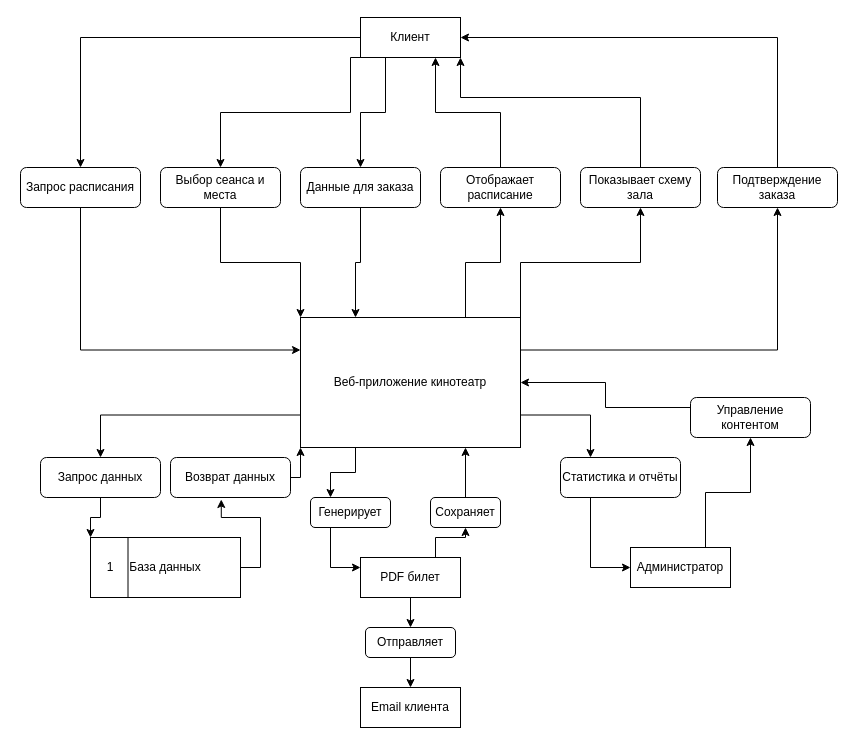
Before: Диаграммы/Диаграмма потоков данных DFD.drawio in Klevchik1/cinema-management-system, a draw.io diagram. Source tidied: cells renumbered, new cells numbered last; positions are measured from the earlier drawing's top-left corner, leaving out a move shared by most shapes. Both pictures are drawn from the tidied source at 100%, with x=0, y=0 at pixel (20, 17).
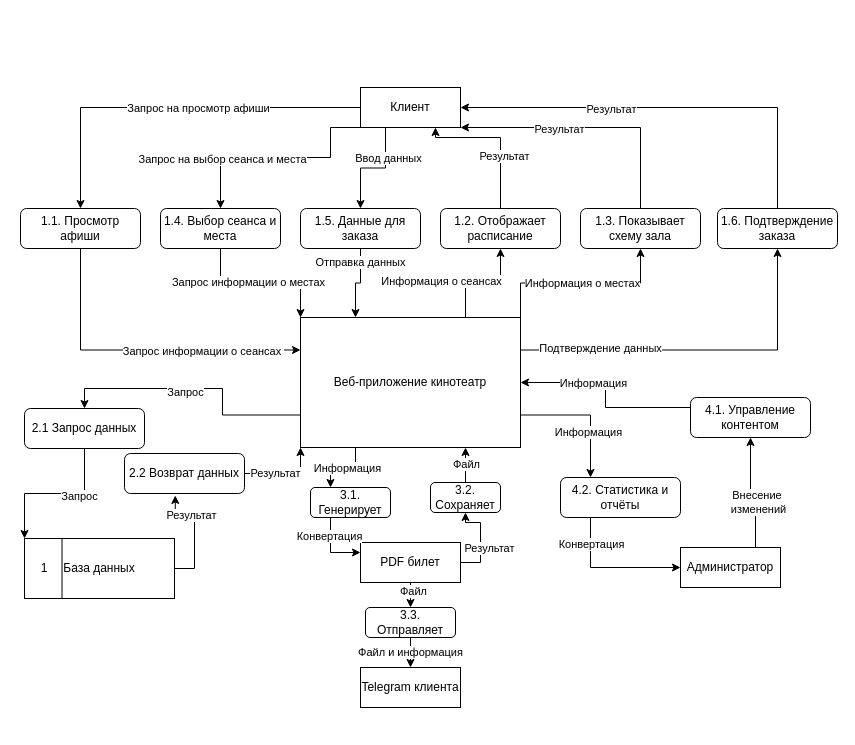
The same page after the edit.

Unchanged cells that the change refers to:
```xml
<mxCell id="2" style="edgeStyle=orthogonalEdgeStyle;rounded=0;jettySize=auto;html=1;exitX=0.75;exitY=0;exitDx=0;exitDy=0;entryX=0.5;entryY=1;entryDx=0;entryDy=0;" parent="1" edge="1" source="8" target="28">
  <mxGeometry relative="1" as="geometry" />
</mxCell>
<mxCell id="3" style="edgeStyle=orthogonalEdgeStyle;rounded=0;jettySize=auto;html=1;exitX=1;exitY=0;exitDx=0;exitDy=0;entryX=0.5;entryY=1;entryDx=0;entryDy=0;" parent="1" edge="1" source="8" target="30">
  <mxGeometry relative="1" as="geometry" />
</mxCell>
<mxCell id="4" style="edgeStyle=orthogonalEdgeStyle;rounded=0;jettySize=auto;html=1;exitX=1;exitY=0.25;exitDx=0;exitDy=0;entryX=0.5;entryY=1;entryDx=0;entryDy=0;" parent="1" edge="1" source="8" target="32">
  <mxGeometry relative="1" as="geometry" />
</mxCell>
<mxCell id="5" style="edgeStyle=orthogonalEdgeStyle;rounded=0;jettySize=auto;html=1;exitX=0;exitY=0.75;exitDx=0;exitDy=0;entryX=0.5;entryY=0;entryDx=0;entryDy=0;" parent="1" edge="1" source="8" target="35">
  <mxGeometry relative="1" as="geometry" />
</mxCell>
<mxCell id="6" style="edgeStyle=orthogonalEdgeStyle;rounded=0;jettySize=auto;html=1;exitX=0.25;exitY=1;exitDx=0;exitDy=0;entryX=0.25;entryY=0;entryDx=0;entryDy=0;" parent="1" edge="1" source="8" target="40">
  <mxGeometry relative="1" as="geometry" />
</mxCell>
<mxCell id="7" style="edgeStyle=orthogonalEdgeStyle;rounded=0;jettySize=auto;html=1;exitX=1;exitY=0.75;exitDx=0;exitDy=0;entryX=0.25;entryY=0;entryDx=0;entryDy=0;" parent="1" edge="1" source="8" target="46">
  <mxGeometry relative="1" as="geometry" />
</mxCell>
<mxCell id="8" value="Веб-приложение кинотеатр" style="rounded=0;whiteSpace=wrap;html=1;" parent="1" vertex="1">
  <mxGeometry x="280" y="300" width="220" height="130" as="geometry" />
</mxCell>
<mxCell id="9" style="edgeStyle=orthogonalEdgeStyle;rounded=0;jettySize=auto;html=1;exitX=0;exitY=0.5;exitDx=0;exitDy=0;entryX=0.5;entryY=0;entryDx=0;entryDy=0;" parent="1" edge="1" source="12" target="22">
  <mxGeometry relative="1" as="geometry" />
</mxCell>
<mxCell id="11" style="edgeStyle=orthogonalEdgeStyle;rounded=0;jettySize=auto;html=1;exitX=0.25;exitY=1;exitDx=0;exitDy=0;" parent="1" edge="1" source="12" target="26">
  <mxGeometry relative="1" as="geometry" />
</mxCell>
<mxCell id="17" style="edgeStyle=orthogonalEdgeStyle;rounded=0;jettySize=auto;html=1;exitX=0.5;exitY=1;exitDx=0;exitDy=0;entryX=0.5;entryY=0;entryDx=0;entryDy=0;" parent="1" edge="1" source="18" target="44">
  <mxGeometry relative="1" as="geometry" />
</mxCell>
<mxCell id="19" style="edgeStyle=orthogonalEdgeStyle;rounded=0;jettySize=auto;html=1;exitX=0.75;exitY=0;exitDx=0;exitDy=0;entryX=0.5;entryY=1;entryDx=0;entryDy=0;" parent="1" edge="1" source="20" target="48">
  <mxGeometry relative="1" as="geometry" />
</mxCell>
<mxCell id="21" style="edgeStyle=orthogonalEdgeStyle;rounded=0;jettySize=auto;html=1;exitX=0.5;exitY=1;exitDx=0;exitDy=0;entryX=0;entryY=0.25;entryDx=0;entryDy=0;" parent="1" edge="1" source="22" target="8">
  <mxGeometry relative="1" as="geometry" />
</mxCell>
<mxCell id="23" style="edgeStyle=orthogonalEdgeStyle;rounded=0;jettySize=auto;html=1;exitX=0.5;exitY=1;exitDx=0;exitDy=0;entryX=0;entryY=0;entryDx=0;entryDy=0;" parent="1" edge="1" source="24" target="8">
  <mxGeometry relative="1" as="geometry" />
</mxCell>
<mxCell id="25" style="edgeStyle=orthogonalEdgeStyle;rounded=0;jettySize=auto;html=1;exitX=0.5;exitY=1;exitDx=0;exitDy=0;entryX=0.25;entryY=0;entryDx=0;entryDy=0;" parent="1" edge="1" source="26" target="8">
  <mxGeometry relative="1" as="geometry" />
</mxCell>
<mxCell id="31" style="edgeStyle=orthogonalEdgeStyle;rounded=0;jettySize=auto;html=1;exitX=0.5;exitY=0;exitDx=0;exitDy=0;entryX=1;entryY=0.5;entryDx=0;entryDy=0;" parent="1" edge="1" source="32" target="12">
  <mxGeometry relative="1" as="geometry" />
</mxCell>
<mxCell id="34" style="edgeStyle=orthogonalEdgeStyle;rounded=0;jettySize=auto;html=1;exitX=0.5;exitY=1;exitDx=0;exitDy=0;entryX=0;entryY=0;entryDx=0;entryDy=0;" parent="1" edge="1" source="35" target="13">
  <mxGeometry relative="1" as="geometry" />
</mxCell>
<mxCell id="38" style="edgeStyle=orthogonalEdgeStyle;rounded=0;jettySize=auto;html=1;exitX=1;exitY=0.5;exitDx=0;exitDy=0;entryX=0.423;entryY=1.05;entryDx=0;entryDy=0;entryPerimeter=0;" parent="1" edge="1" source="13" target="37">
  <mxGeometry relative="1" as="geometry" />
</mxCell>
<mxCell id="39" style="edgeStyle=orthogonalEdgeStyle;rounded=0;jettySize=auto;html=1;exitX=0.25;exitY=1;exitDx=0;exitDy=0;entryX=0;entryY=0.25;entryDx=0;entryDy=0;" parent="1" edge="1" source="40" target="18">
  <mxGeometry relative="1" as="geometry" />
</mxCell>
<mxCell id="41" style="edgeStyle=orthogonalEdgeStyle;rounded=0;jettySize=auto;html=1;exitX=0.5;exitY=0;exitDx=0;exitDy=0;entryX=0.75;entryY=1;entryDx=0;entryDy=0;" parent="1" edge="1" source="42" target="8">
  <mxGeometry relative="1" as="geometry" />
</mxCell>
<mxCell id="43" style="edgeStyle=orthogonalEdgeStyle;rounded=0;jettySize=auto;html=1;exitX=0.5;exitY=1;exitDx=0;exitDy=0;entryX=0.5;entryY=0;entryDx=0;entryDy=0;" parent="1" edge="1" source="44" target="33">
  <mxGeometry relative="1" as="geometry" />
</mxCell>
<mxCell id="45" style="edgeStyle=orthogonalEdgeStyle;rounded=0;jettySize=auto;html=1;exitX=0.25;exitY=1;exitDx=0;exitDy=0;entryX=0;entryY=0.5;entryDx=0;entryDy=0;" parent="1" edge="1" source="46" target="20">
  <mxGeometry relative="1" as="geometry" />
</mxCell>
<mxCell id="47" style="edgeStyle=orthogonalEdgeStyle;rounded=0;jettySize=auto;html=1;exitX=0;exitY=0.25;exitDx=0;exitDy=0;entryX=1;entryY=0.5;entryDx=0;entryDy=0;" parent="1" edge="1" source="48" target="8">
  <mxGeometry relative="1" as="geometry" />
</mxCell>
```

The edit, as a diff of the source:
```diff
@@
+    <mxCell id="49" value="Информация о сеансах" style="edgeLabel;html=1;align=center;verticalAlign=middle;" parent="2" vertex="1">
+      <mxGeometry x="-0.35" y="3" relative="1" as="geometry">
+        <mxPoint x="-22" y="-3" as="offset" />
+      </mxGeometry>
+    </mxCell>
@@
+    <mxCell id="50" value="Информация о местах" style="edgeLabel;html=1;align=center;verticalAlign=middle;" parent="3" vertex="1">
+      <mxGeometry x="0.02" relative="1" as="geometry" />
+    </mxCell>
@@
+    <mxCell id="51" value="Подтверждение данных" style="edgeLabel;html=1;align=center;verticalAlign=middle;" parent="4" vertex="1">
+      <mxGeometry x="-0.56" y="3" relative="1" as="geometry">
+        <mxPoint y="1" as="offset" />
+      </mxGeometry>
+    </mxCell>
@@
+    <mxCell id="52" value="Запрос" style="edgeLabel;html=1;align=center;verticalAlign=middle;" parent="5" vertex="1">
+      <mxGeometry x="0.08" y="3" relative="1" as="geometry" />
+    </mxCell>
@@
+    <mxCell id="53" value="Информация" style="edgeLabel;html=1;align=center;verticalAlign=middle;" parent="6" vertex="1">
+      <mxGeometry x="-0.12" relative="1" as="geometry" />
+    </mxCell>
@@
+    <mxCell id="54" value="Информация" style="edgeLabel;html=1;align=center;verticalAlign=middle;" parent="7" vertex="1">
+      <mxGeometry x="0.32" y="-3" relative="1" as="geometry" />
+    </mxCell>
@@
+    <mxCell id="55" value="Запрос на просмотр афиши" style="edgeLabel;html=1;align=center;verticalAlign=middle;" parent="9" vertex="1">
+      <mxGeometry x="-0.15" relative="1" as="geometry" />
+    </mxCell>
     <mxCell id="10" style="edgeStyle=orthogonalEdgeStyle;rounded=0;jettySize=auto;html=1;exitX=0;exitY=1;exitDx=0;exitDy=0;entryX=0.5;entryY=0;entryDx=0;entryDy=0;" parent="1" edge="1" source="12" target="24">
       <mxGeometry relative="1" as="geometry">
         <Array as="points">
-          <mxPoint x="330" y="40" />
-          <mxPoint x="330" y="95" />
-          <mxPoint x="200" y="95" />
+          <mxPoint x="340" y="110" />
+          <mxPoint x="310" y="110" />
+          <mxPoint x="310" y="140" />
+          <mxPoint x="200" y="140" />
         </Array>
       </mxGeometry>
     </mxCell>
+    <mxCell id="56" value="Запрос на выбор сеанса и места" style="edgeLabel;html=1;align=center;verticalAlign=middle;" parent="10" vertex="1">
+      <mxGeometry x="0.02" y="1" relative="1" as="geometry">
+        <mxPoint x="-56" as="offset" />
+      </mxGeometry>
+    </mxCell>
@@
+    <mxCell id="57" value="Ввод данных" style="edgeLabel;html=1;align=center;verticalAlign=middle;" parent="11" vertex="1">
+      <mxGeometry x="-0.44" y="2" relative="1" as="geometry" />
+    </mxCell>
     <mxCell id="12" value="Клиент" style="rounded=0;whiteSpace=wrap;html=1;" parent="1" vertex="1">
-      <mxGeometry x="340" width="100" height="40" as="geometry" />
+      <mxGeometry x="340" y="70" width="100" height="40" as="geometry" />
     </mxCell>
     <mxCell id="13" value="База данных" style="rounded=0;whiteSpace=wrap;html=1;" parent="1" vertex="1">
-      <mxGeometry x="70" y="520" width="150" height="60" as="geometry" />
+      <mxGeometry x="4" y="521" width="150" height="60" as="geometry" />
     </mxCell>
@@
     <mxCell id="15" value="1" style="text;html=1;whiteSpace=wrap;strokeColor=none;fillColor=none;align=center;verticalAlign=middle;rounded=0;" parent="1" vertex="1">
-      <mxGeometry x="80" y="540" width="20" height="20" as="geometry" />
+      <mxGeometry x="14" y="541" width="20" height="20" as="geometry" />
     </mxCell>
-    <mxCell id="16" style="edgeStyle=orthogonalEdgeStyle;rounded=0;jettySize=auto;html=1;exitX=0.75;exitY=0;exitDx=0;exitDy=0;entryX=0.5;entryY=1;entryDx=0;entryDy=0;" parent="1" edge="1" source="18" target="42">
+    <mxCell id="16" style="edgeStyle=orthogonalEdgeStyle;rounded=0;jettySize=auto;html=1;exitX=1;exitY=0.5;exitDx=0;exitDy=0;entryX=0.5;entryY=1;entryDx=0;entryDy=0;" parent="1" edge="1" source="18" target="42">
       <mxGeometry relative="1" as="geometry" />
     </mxCell>
+    <mxCell id="58" value="Результат" style="edgeLabel;html=1;align=center;verticalAlign=middle;" parent="16" vertex="1">
+      <mxGeometry x="-0.17" y="-4" relative="1" as="geometry">
+        <mxPoint x="4" as="offset" />
+      </mxGeometry>
+    </mxCell>
@@
+    <mxCell id="59" value="Файл" style="edgeLabel;html=1;align=center;verticalAlign=middle;" parent="17" vertex="1">
+      <mxGeometry x="-0.33" y="2" relative="1" as="geometry" />
+    </mxCell>
     <mxCell id="18" value="PDF билет" style="rounded=0;whiteSpace=wrap;html=1;" parent="1" vertex="1">
-      <mxGeometry x="340" y="540" width="100" height="40" as="geometry" />
+      <mxGeometry x="340" y="525" width="100" height="40" as="geometry" />
     </mxCell>
@@
+    <mxCell id="60" value="Внесение&amp;nbsp;&lt;div&gt;изменений&lt;/div&gt;" style="edgeLabel;html=1;align=center;verticalAlign=middle;" parent="19" vertex="1">
+      <mxGeometry x="-0.2" y="-2" relative="1" as="geometry" />
+    </mxCell>
     <mxCell id="20" value="Администратор" style="rounded=0;whiteSpace=wrap;html=1;" parent="1" vertex="1">
-      <mxGeometry x="610" y="530" width="100" height="40" as="geometry" />
+      <mxGeometry x="660" y="530" width="100" height="40" as="geometry" />
     </mxCell>
@@
+    <mxCell id="61" value="Запрос информации о сеансах&amp;nbsp;" style="edgeLabel;html=1;align=center;verticalAlign=middle;" parent="21" vertex="1">
+      <mxGeometry x="0.39" relative="1" as="geometry">
+        <mxPoint x="1" y="1" as="offset" />
+      </mxGeometry>
+    </mxCell>
-    <mxCell id="22" value="Запрос расписания" style="rounded=1;whiteSpace=wrap;html=1;" parent="1" vertex="1">
-      <mxGeometry y="150" width="120" height="40" as="geometry" />
+    <mxCell id="22" value="1.1. Просмотр афиши" style="rounded=1;whiteSpace=wrap;html=1;" parent="1" vertex="1">
+      <mxGeometry y="191" width="120" height="40" as="geometry" />
     </mxCell>
@@
+    <mxCell id="62" value="Запрос информации о местах" style="edgeLabel;html=1;align=center;verticalAlign=middle;" parent="23" vertex="1">
+      <mxGeometry x="-0.17" y="1" relative="1" as="geometry" />
+    </mxCell>
-    <mxCell id="24" value="Выбор сеанса и места" style="rounded=1;whiteSpace=wrap;html=1;" parent="1" vertex="1">
-      <mxGeometry x="140" y="150" width="120" height="40" as="geometry" />
+    <mxCell id="24" value="1.4. Выбор сеанса и места" style="rounded=1;whiteSpace=wrap;html=1;" parent="1" vertex="1">
+      <mxGeometry x="140" y="191" width="120" height="40" as="geometry" />
     </mxCell>
@@
+    <mxCell id="63" value="Отправка данных" style="edgeLabel;html=1;align=center;verticalAlign=middle;" parent="25" vertex="1">
+      <mxGeometry x="-0.3" y="-1" relative="1" as="geometry">
+        <mxPoint y="-13" as="offset" />
+      </mxGeometry>
+    </mxCell>
-    <mxCell id="26" value="Данные для заказа" style="rounded=1;whiteSpace=wrap;html=1;" parent="1" vertex="1">
-      <mxGeometry x="280" y="150" width="120" height="40" as="geometry" />
+    <mxCell id="26" value="1.5. Данные для заказа" style="rounded=1;whiteSpace=wrap;html=1;" parent="1" vertex="1">
+      <mxGeometry x="280" y="191" width="120" height="40" as="geometry" />
     </mxCell>
     <mxCell id="27" style="edgeStyle=orthogonalEdgeStyle;rounded=0;jettySize=auto;html=1;exitX=0.5;exitY=0;exitDx=0;exitDy=0;entryX=0.75;entryY=1;entryDx=0;entryDy=0;" parent="1" edge="1" source="28" target="12">
-      <mxGeometry relative="1" as="geometry" />
+      <mxGeometry relative="1" as="geometry">
+        <Array as="points">
+          <mxPoint x="480" y="120" />
+          <mxPoint x="415" y="120" />
+        </Array>
+      </mxGeometry>
     </mxCell>
+    <mxCell id="64" value="Результат" style="edgeLabel;html=1;align=center;verticalAlign=middle;" parent="27" vertex="1">
+      <mxGeometry x="-0.28" y="-3" relative="1" as="geometry" />
+    </mxCell>
-    <mxCell id="28" value="Отображает расписание" style="rounded=1;whiteSpace=wrap;html=1;" parent="1" vertex="1">
-      <mxGeometry x="420" y="150" width="120" height="40" as="geometry" />
+    <mxCell id="28" value="1.2. Отображает расписание" style="rounded=1;whiteSpace=wrap;html=1;" parent="1" vertex="1">
+      <mxGeometry x="420" y="191" width="120" height="40" as="geometry" />
     </mxCell>
     <mxCell id="29" style="edgeStyle=orthogonalEdgeStyle;rounded=0;jettySize=auto;html=1;exitX=0.5;exitY=0;exitDx=0;exitDy=0;entryX=1;entryY=1;entryDx=0;entryDy=0;" parent="1" edge="1" source="30" target="12">
       <mxGeometry relative="1" as="geometry">
         <Array as="points">
-          <mxPoint x="620" y="80" />
-          <mxPoint x="440" y="80" />
+          <mxPoint x="620" y="110" />
         </Array>
       </mxGeometry>
     </mxCell>
+    <mxCell id="65" value="Результат" style="edgeLabel;html=1;align=center;verticalAlign=middle;" parent="29" vertex="1">
+      <mxGeometry x="0.25" y="5" relative="1" as="geometry">
+        <mxPoint y="-4" as="offset" />
+      </mxGeometry>
+    </mxCell>
-    <mxCell id="30" value="Показывает схему зала" style="rounded=1;whiteSpace=wrap;html=1;" parent="1" vertex="1">
-      <mxGeometry x="560" y="150" width="120" height="40" as="geometry" />
+    <mxCell id="30" value="1.3. Показывает схему зала" style="rounded=1;whiteSpace=wrap;html=1;" parent="1" vertex="1">
+      <mxGeometry x="560" y="191" width="120" height="40" as="geometry" />
     </mxCell>
@@
+    <mxCell id="66" value="Результат" style="edgeLabel;html=1;align=center;verticalAlign=middle;" parent="31" vertex="1">
+      <mxGeometry x="0.28" y="1" relative="1" as="geometry" />
+    </mxCell>
-    <mxCell id="32" value="Подтверждение заказа" style="rounded=1;whiteSpace=wrap;html=1;" parent="1" vertex="1">
-      <mxGeometry x="697" y="150" width="120" height="40" as="geometry" />
+    <mxCell id="32" value="1.6. Подтверждение заказа" style="rounded=1;whiteSpace=wrap;html=1;" parent="1" vertex="1">
+      <mxGeometry x="697" y="191" width="120" height="40" as="geometry" />
     </mxCell>
-    <mxCell id="33" value="Email клиента" style="rounded=0;whiteSpace=wrap;html=1;" parent="1" vertex="1">
-      <mxGeometry x="340" y="670" width="100" height="40" as="geometry" />
+    <mxCell id="33" value="Telegram клиента" style="rounded=0;whiteSpace=wrap;html=1;" parent="1" vertex="1">
+      <mxGeometry x="340" y="650" width="100" height="40" as="geometry" />
     </mxCell>
@@
+    <mxCell id="67" value="Запрос" style="edgeLabel;html=1;align=center;verticalAlign=middle;" parent="34" vertex="1">
+      <mxGeometry x="-0.32" y="2" relative="1" as="geometry" />
+    </mxCell>
-    <mxCell id="35" value="Запрос данных" style="rounded=1;whiteSpace=wrap;html=1;" parent="1" vertex="1">
-      <mxGeometry x="20" y="440" width="120" height="40" as="geometry" />
+    <mxCell id="35" value="2.1 Запрос данных" style="rounded=1;whiteSpace=wrap;html=1;" parent="1" vertex="1">
+      <mxGeometry x="4" y="391" width="120" height="40" as="geometry" />
     </mxCell>
     <mxCell id="36" style="edgeStyle=orthogonalEdgeStyle;rounded=0;jettySize=auto;html=1;exitX=1;exitY=0.5;exitDx=0;exitDy=0;entryX=0;entryY=1;entryDx=0;entryDy=0;" parent="1" edge="1" source="37" target="8">
-      <mxGeometry relative="1" as="geometry" />
+      <mxGeometry relative="1" as="geometry">
+        <Array as="points">
+          <mxPoint x="240" y="460" />
+          <mxPoint x="280" y="460" />
+        </Array>
+      </mxGeometry>
     </mxCell>
+    <mxCell id="68" value="Результат" style="edgeLabel;html=1;align=center;verticalAlign=middle;" parent="36" vertex="1">
+      <mxGeometry x="0.58" y="4" relative="1" as="geometry">
+        <mxPoint x="-22" y="6" as="offset" />
+      </mxGeometry>
+    </mxCell>
-    <mxCell id="37" value="Возврат данных" style="rounded=1;whiteSpace=wrap;html=1;" parent="1" vertex="1">
-      <mxGeometry x="150" y="440" width="120" height="40" as="geometry" />
+    <mxCell id="37" value="2.2 Возврат данных" style="rounded=1;whiteSpace=wrap;html=1;" parent="1" vertex="1">
+      <mxGeometry x="104" y="436" width="120" height="40" as="geometry" />
     </mxCell>
@@
+    <mxCell id="69" value="Результат" style="edgeLabel;html=1;align=center;verticalAlign=middle;" parent="38" vertex="1">
+      <mxGeometry x="0.35" y="-1" relative="1" as="geometry" />
+    </mxCell>
@@
+    <mxCell id="70" value="Конвертация" style="edgeLabel;html=1;align=center;verticalAlign=middle;" parent="39" vertex="1">
+      <mxGeometry x="-0.44" y="-2" relative="1" as="geometry" />
+    </mxCell>
-    <mxCell id="40" value="Генерирует" style="rounded=1;whiteSpace=wrap;html=1;" parent="1" vertex="1">
-      <mxGeometry x="290" y="480" width="80" height="30" as="geometry" />
+    <mxCell id="40" value="3.1. Генерирует" style="rounded=1;whiteSpace=wrap;html=1;" parent="1" vertex="1">
+      <mxGeometry x="290" y="470" width="80" height="30" as="geometry" />
     </mxCell>
@@
+    <mxCell id="71" value="Файл" style="edgeLabel;html=1;align=center;verticalAlign=middle;" parent="41" vertex="1">
+      <mxGeometry x="0.11" relative="1" as="geometry" />
+    </mxCell>
-    <mxCell id="42" value="Сохраняет" style="rounded=1;whiteSpace=wrap;html=1;" parent="1" vertex="1">
-      <mxGeometry x="410" y="480" width="70" height="30" as="geometry" />
+    <mxCell id="42" value="3.2. Сохраняет" style="rounded=1;whiteSpace=wrap;html=1;" parent="1" vertex="1">
+      <mxGeometry x="410" y="465" width="70" height="30" as="geometry" />
     </mxCell>
@@
+    <mxCell id="72" value="Файл и информация" style="edgeLabel;html=1;align=center;verticalAlign=middle;" parent="43" vertex="1">
+      <mxGeometry x="-0.07" y="-1" relative="1" as="geometry" />
+    </mxCell>
-    <mxCell id="44" value="Отправляет" style="rounded=1;whiteSpace=wrap;html=1;" parent="1" vertex="1">
-      <mxGeometry x="345" y="610" width="90" height="30" as="geometry" />
+    <mxCell id="44" value="3.3. Отправляет" style="rounded=1;whiteSpace=wrap;html=1;" parent="1" vertex="1">
+      <mxGeometry x="345" y="590" width="90" height="30" as="geometry" />
     </mxCell>
@@
+    <mxCell id="73" value="Конвертация" style="edgeLabel;html=1;align=center;verticalAlign=middle;" parent="45" vertex="1">
+      <mxGeometry x="-0.63" relative="1" as="geometry" />
+    </mxCell>
-    <mxCell id="46" value="Статистика и отчёты" style="rounded=1;whiteSpace=wrap;html=1;" parent="1" vertex="1">
-      <mxGeometry x="540" y="440" width="120" height="40" as="geometry" />
+    <mxCell id="46" value="4.2. Статистика и отчёты" style="rounded=1;whiteSpace=wrap;html=1;" parent="1" vertex="1">
+      <mxGeometry x="540" y="460" width="120" height="40" as="geometry" />
     </mxCell>
@@
+    <mxCell id="74" value="Информация" style="edgeLabel;html=1;align=center;verticalAlign=middle;" parent="47" vertex="1">
+      <mxGeometry x="0.26" relative="1" as="geometry" />
+    </mxCell>
-    <mxCell id="48" value="Управление контентом" style="rounded=1;whiteSpace=wrap;html=1;" parent="1" vertex="1">
+    <mxCell id="48" value="4.1. Управление контентом" style="rounded=1;whiteSpace=wrap;html=1;" parent="1" vertex="1">
       <mxGeometry x="670" y="380" width="120" height="40" as="geometry" />
     </mxCell>
```
